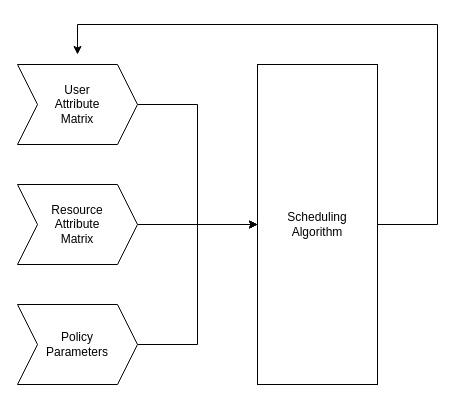
Before: page "system" (6 of 9) of lectures/ai-systems/going-back-to-work/images/going-back-to-work.drawio in pantelis/aiml-common, a draw.io diagram. Source tidied: cells renumbered, new cells numbered last; positions are measured from the earlier drawing's top-left corner, leaving out a move shared by most shapes. Both pictures are drawn from the tidied source at 100%, with x=0, y=0 at pixel (17, 24).
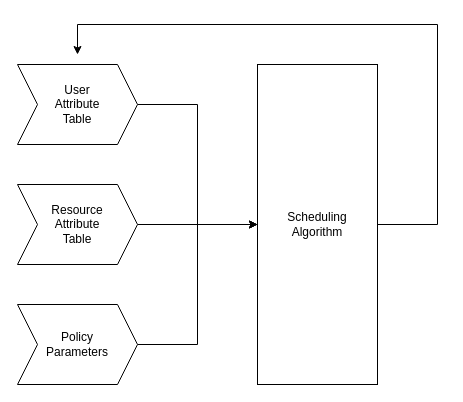
After the change.

Change to the diagram source:
```diff
@@
 <mxGraphModel>
   <root>
     <mxCell id="0" />
     <mxCell id="1" parent="0" />
     <mxCell id="2" style="edgeStyle=orthogonalEdgeStyle;rounded=0;jettySize=auto;html=1;" parent="1" edge="1" source="3" target="9">
       <mxGeometry relative="1" as="geometry" />
     </mxCell>
-    <mxCell id="3" value="User &lt;br&gt;Attribute &lt;br&gt;Matrix" style="shape=step;perimeter=stepPerimeter;whiteSpace=wrap;html=1;fixedSize=1;" parent="1" vertex="1">
+    <mxCell id="3" value="User &lt;br&gt;Attribute &lt;br&gt;Table" style="shape=step;perimeter=stepPerimeter;whiteSpace=wrap;html=1;fixedSize=1;" parent="1" vertex="1">
       <mxGeometry y="40" width="120" height="80" as="geometry" />
     </mxCell>
     <mxCell id="4" style="edgeStyle=orthogonalEdgeStyle;rounded=0;jettySize=auto;html=1;" parent="1" edge="1" source="5" target="9">
       <mxGeometry relative="1" as="geometry" />
     </mxCell>
-    <mxCell id="5" value="Resource&lt;br&gt;Attribute&lt;br&gt;Matrix" style="shape=step;perimeter=stepPerimeter;whiteSpace=wrap;html=1;fixedSize=1;" parent="1" vertex="1">
+    <mxCell id="5" value="Resource&lt;br&gt;Attribute&lt;br&gt;Table" style="shape=step;perimeter=stepPerimeter;whiteSpace=wrap;html=1;fixedSize=1;" parent="1" vertex="1">
       <mxGeometry y="160" width="120" height="80" as="geometry" />
     </mxCell>
     <mxCell id="6" style="edgeStyle=orthogonalEdgeStyle;rounded=0;jettySize=auto;html=1;" parent="1" edge="1" source="7" target="9">
       <mxGeometry relative="1" as="geometry" />
     </mxCell>
     <mxCell id="7" value="Policy&lt;br&gt;Parameters" style="shape=step;perimeter=stepPerimeter;whiteSpace=wrap;html=1;fixedSize=1;" parent="1" vertex="1">
       <mxGeometry y="280" width="120" height="80" as="geometry" />
     </mxCell>
     <mxCell id="8" style="edgeStyle=orthogonalEdgeStyle;rounded=0;jettySize=auto;html=1;exitX=1;exitY=0.5;exitDx=0;exitDy=0;" parent="1" edge="1" source="9">
       <mxGeometry relative="1" as="geometry">
         <mxPoint x="60" y="30" as="targetPoint" />
         <Array as="points">
           <mxPoint x="420" y="200" />
           <mxPoint x="420" />
           <mxPoint x="60" />
         </Array>
       </mxGeometry>
     </mxCell>
     <mxCell id="9" value="Scheduling&lt;br&gt;Algorithm" style="rounded=0;whiteSpace=wrap;html=1;" parent="1" vertex="1">
       <mxGeometry x="240" y="40" width="120" height="320" as="geometry" />
     </mxCell>
   </root>
 </mxGraphModel>
```
